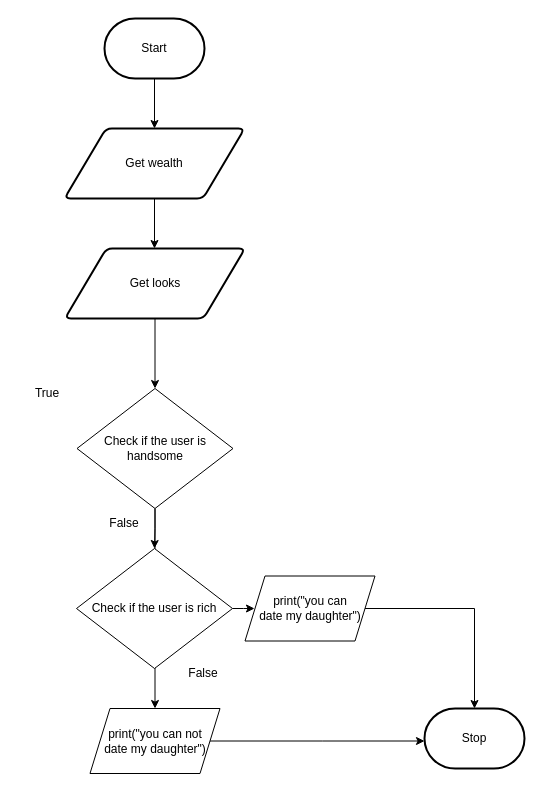
This is flowchart.drawio from Huzaifa-Khalid-2/ICS3U-Unit3-07-Python, a draw.io file, before an edit. Source tidied: cells renumbered, new cells numbered last; positions are measured from the earlier drawing's top-left corner, leaving out a move shared by most shapes. Both pictures are drawn from the tidied source at 100%, with x=0, y=0 at pixel (16, 18).
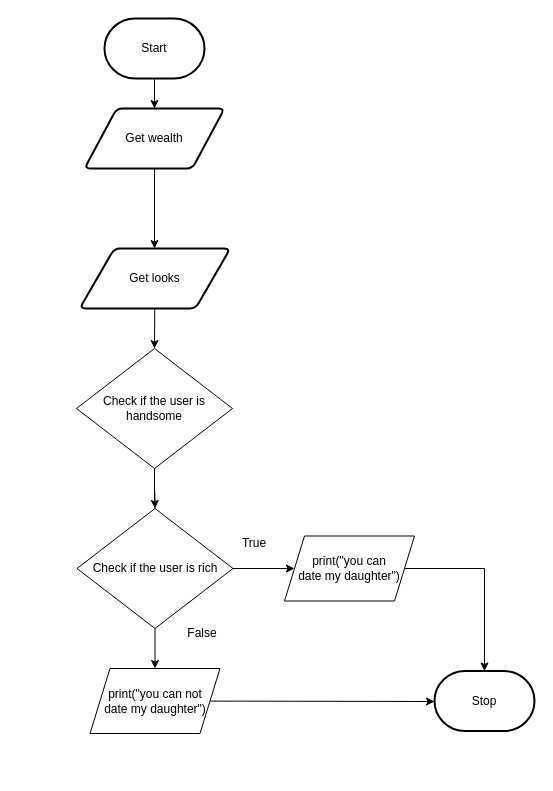
The same diagram, later.

What changed in the source:
```diff
@@
     <mxCell id="5" value="Get wealth" style="shape=parallelogram;html=1;strokeWidth=2;perimeter=parallelogramPerimeter;whiteSpace=wrap;rounded=1;arcSize=12;size=0.23;" parent="1" vertex="1">
-      <mxGeometry x="48" y="110" width="180" height="70" as="geometry" />
+      <mxGeometry x="68" y="90" width="140" height="60" as="geometry" />
     </mxCell>
@@
-    <mxCell id="7" style="edgeStyle=orthogonalEdgeStyle;html=1;rounded=0;" parent="1" edge="1" source="8" target="17">
+    <mxCell id="7" style="edgeStyle=orthogonalEdgeStyle;html=1;rounded=0;startArrow=none;" parent="1" edge="1" source="13" target="17">
       <mxGeometry relative="1" as="geometry" />
     </mxCell>
     <mxCell id="8" value="Check if the user is handsome" style="rhombus;whiteSpace=wrap;html=1;" parent="1" vertex="1">
-      <mxGeometry x="60.5" y="370" width="156" height="120" as="geometry" />
+      <mxGeometry x="60" y="330" width="156" height="120" as="geometry" />
     </mxCell>
     <mxCell id="9" value="Stop" style="strokeWidth=2;html=1;shape=mxgraph.flowchart.terminator;whiteSpace=wrap;" parent="1" vertex="1">
-      <mxGeometry x="408" y="690" width="100" height="60" as="geometry" />
+      <mxGeometry x="418" y="652.5" width="100" height="60" as="geometry" />
     </mxCell>
@@
     <mxCell id="11" value="Get looks" style="shape=parallelogram;html=1;strokeWidth=2;perimeter=parallelogramPerimeter;whiteSpace=wrap;rounded=1;arcSize=12;size=0.23;" parent="1" vertex="1">
-      <mxGeometry x="48.5" y="230" width="180" height="70" as="geometry" />
+      <mxGeometry x="63.2" y="230" width="150.5" height="60" as="geometry" />
     </mxCell>
-    <mxCell id="12" style="edgeStyle=orthogonalEdgeStyle;rounded=0;html=1;" parent="1" edge="1" source="13">
-      <mxGeometry relative="1" as="geometry">
-        <mxPoint x="238" y="590" as="targetPoint" />
-      </mxGeometry>
-    </mxCell>
-    <mxCell id="13" value="Check if the user is rich" style="rhombus;whiteSpace=wrap;html=1;" parent="1" vertex="1">
-      <mxGeometry x="60" y="530" width="156" height="120" as="geometry" />
-    </mxCell>
-    <mxCell id="14" value="False" style="text;html=1;strokeColor=none;fillColor=none;align=center;verticalAlign=middle;whiteSpace=wrap;rounded=0;" parent="1" vertex="1">
-      <mxGeometry x="78" y="490" width="60" height="30" as="geometry" />
+    <mxCell id="14" value="True" style="text;html=1;strokeColor=none;fillColor=none;align=center;verticalAlign=middle;whiteSpace=wrap;rounded=0;" parent="1" vertex="1">
+      <mxGeometry x="208" y="510" width="60" height="30" as="geometry" />
     </mxCell>
-    <mxCell id="15" value="True" style="text;html=1;strokeColor=none;fillColor=none;align=center;verticalAlign=middle;whiteSpace=wrap;rounded=0;" parent="1" vertex="1">
-      <mxGeometry x="0.5" y="360" width="60" height="30" as="geometry" />
-    </mxCell>
-    <mxCell id="16" style="edgeStyle=orthogonalEdgeStyle;rounded=0;html=1;" parent="1" edge="1" source="17">
-      <mxGeometry relative="1" as="geometry">
-        <mxPoint x="408" y="722.5" as="targetPoint" />
-      </mxGeometry>
-    </mxCell>
+    <mxCell id="21" style="edgeStyle=none;html=1;" parent="1" edge="1" source="17">
+      <mxGeometry relative="1" as="geometry">
+        <mxPoint x="418" y="683" as="targetPoint" />
+      </mxGeometry>
+    </mxCell>
     <mxCell id="17" value="print(&quot;you can not&lt;br&gt;date my daughter&quot;)" style="shape=parallelogram;perimeter=parallelogramPerimeter;whiteSpace=wrap;html=1;fixedSize=1;" parent="1" vertex="1">
-      <mxGeometry x="73.5" y="690" width="130" height="65" as="geometry" />
+      <mxGeometry x="73.5" y="650" width="130" height="65" as="geometry" />
     </mxCell>
     <mxCell id="18" value="False" style="text;html=1;strokeColor=none;fillColor=none;align=center;verticalAlign=middle;whiteSpace=wrap;rounded=0;" parent="1" vertex="1">
-      <mxGeometry x="156.5" y="640" width="60" height="30" as="geometry" />
+      <mxGeometry x="156" y="600" width="60" height="30" as="geometry" />
     </mxCell>
@@
     <mxCell id="20" value="print(&quot;you can &lt;br&gt;date my daughter&quot;)" style="shape=parallelogram;perimeter=parallelogramPerimeter;whiteSpace=wrap;html=1;fixedSize=1;" parent="1" vertex="1">
-      <mxGeometry x="228.5" y="557.5" width="130" height="65" as="geometry" />
+      <mxGeometry x="268" y="517.5" width="130" height="65" as="geometry" />
     </mxCell>
+    <mxCell id="22" style="edgeStyle=none;html=1;entryX=0;entryY=0.5;entryDx=0;entryDy=0;" parent="1" edge="1" source="13" target="20">
+      <mxGeometry relative="1" as="geometry" />
+    </mxCell>
+    <mxCell id="13" value="Check if the user is rich" style="rhombus;whiteSpace=wrap;html=1;" parent="1" vertex="1">
+      <mxGeometry x="60.5" y="490" width="156" height="120" as="geometry" />
+    </mxCell>
+    <mxCell id="23" style="edgeStyle=orthogonalEdgeStyle;html=1;rounded=0;endArrow=none;" parent="1" edge="1" source="8" target="13">
+      <mxGeometry relative="1" as="geometry" />
+    </mxCell>
```
